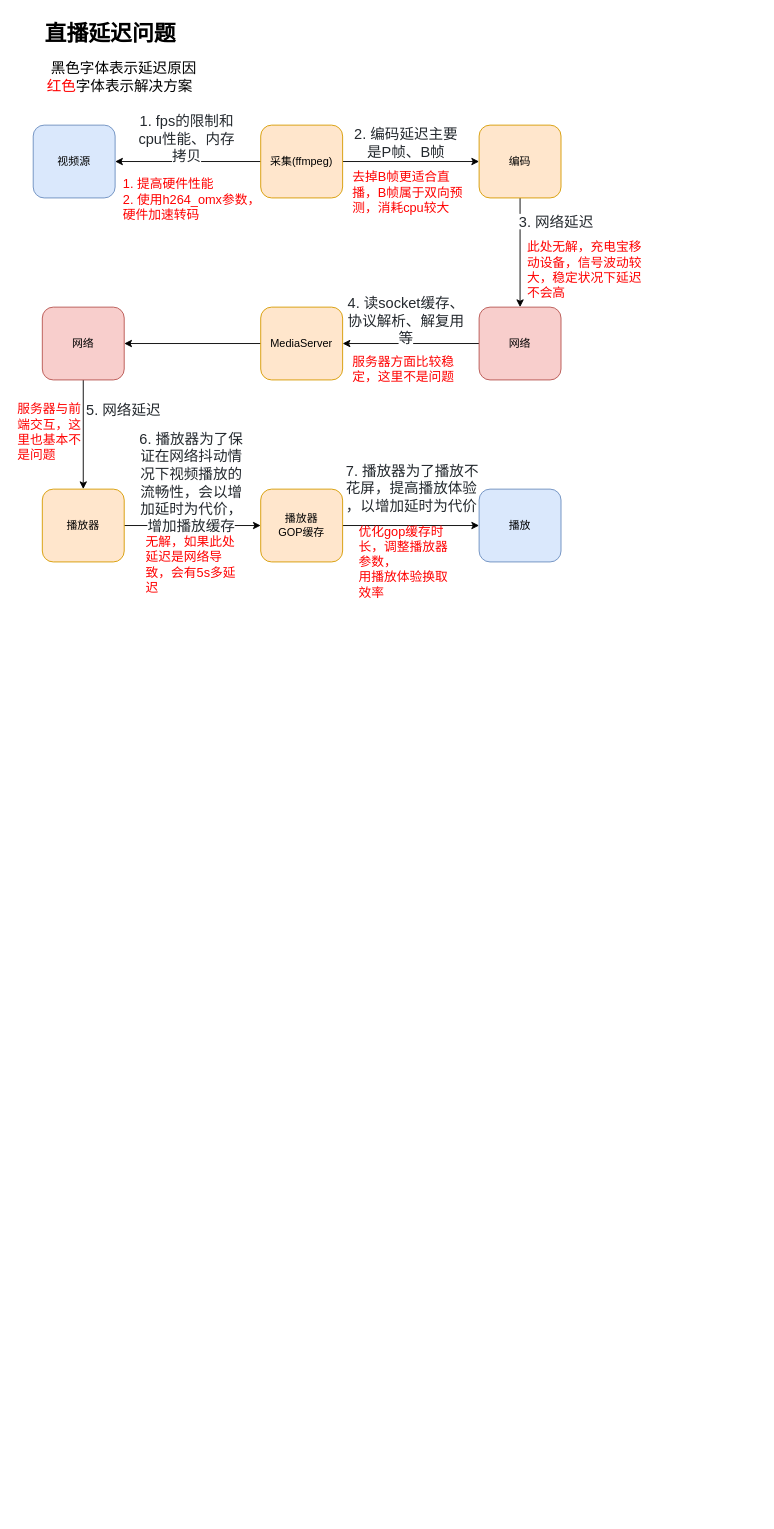
This is draw/work/mediakit.drawio from HeisenbergV/node, a draw.io file, before an edit. Source tidied: cells renumbered, new cells numbered last; positions are measured from the earlier drawing's top-left corner, leaving out a move shared by most shapes. Both pictures are drawn from the tidied source at 91%, with x=0, y=0 at pixel (15, 15).
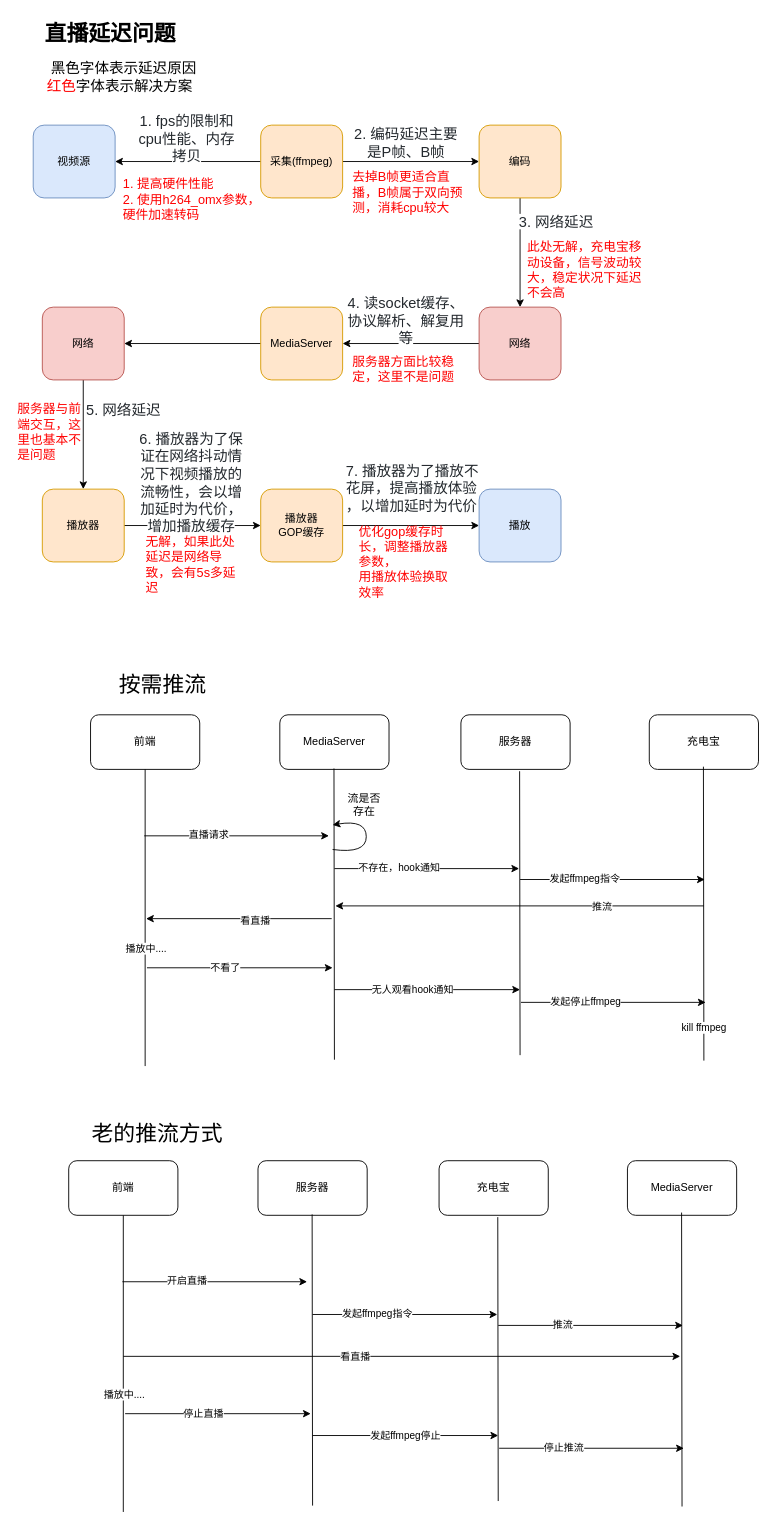
The same diagram, later.

Change to the diagram source:
```diff
@@
+    <mxCell id="35" value="前端" style="rounded=1;whiteSpace=wrap;html=1;" parent="1" vertex="1">
+      <mxGeometry x="82" y="768" width="120" height="60" as="geometry" />
+    </mxCell>
+    <mxCell id="36" value="服务器" style="rounded=1;whiteSpace=wrap;html=1;" parent="1" vertex="1">
+      <mxGeometry x="489" y="768" width="120" height="60" as="geometry" />
+    </mxCell>
+    <mxCell id="37" value="MediaServer" style="rounded=1;whiteSpace=wrap;html=1;" parent="1" vertex="1">
+      <mxGeometry x="290" y="768" width="120" height="60" as="geometry" />
+    </mxCell>
+    <mxCell id="38" style="endArrow=none;html=1;entryX=0.5;entryY=1;entryDx=0;entryDy=0;" parent="1" edge="1" target="35">
+      <mxGeometry relative="1" as="geometry">
+        <mxPoint x="142" y="1154" as="sourcePoint" />
+      </mxGeometry>
+    </mxCell>
+    <mxCell id="39" value="播放中...." style="edgeLabel;html=1;align=center;verticalAlign=middle;" parent="38" vertex="1">
+      <mxGeometry x="-0.2" relative="1" as="geometry" />
+    </mxCell>
+    <mxCell id="40" style="endArrow=none;html=1;entryX=0.5;entryY=1;entryDx=0;entryDy=0;" parent="1" edge="1">
+      <mxGeometry relative="1" as="geometry">
+        <mxPoint x="350" y="1147" as="sourcePoint" />
+        <mxPoint x="349.5" y="827" as="targetPoint" />
+      </mxGeometry>
+    </mxCell>
+    <mxCell id="41" style="endArrow=none;html=1;entryX=0.5;entryY=1;entryDx=0;entryDy=0;" parent="1" edge="1">
+      <mxGeometry relative="1" as="geometry">
+        <mxPoint x="554" y="1142" as="sourcePoint" />
+        <mxPoint x="553.5" y="830" as="targetPoint" />
+      </mxGeometry>
+    </mxCell>
+    <mxCell id="42" style="endArrow=classic;html=1;" parent="1" edge="1">
+      <mxGeometry relative="1" as="geometry">
+        <mxPoint x="141" y="901" as="sourcePoint" />
+        <mxPoint x="344" y="901" as="targetPoint" />
+      </mxGeometry>
+    </mxCell>
+    <mxCell id="43" value="直播请求" style="edgeLabel;html=1;align=center;verticalAlign=middle;" parent="42" vertex="1">
+      <mxGeometry x="-0.31" y="2" relative="1" as="geometry" />
+    </mxCell>
+    <mxCell id="44" style="curved=1;endArrow=classic;html=1;" parent="1" edge="1">
+      <mxGeometry relative="1" as="geometry">
+        <mxPoint x="348" y="916" as="sourcePoint" />
+        <mxPoint x="348" y="889" as="targetPoint" />
+        <Array as="points">
+          <mxPoint x="385" y="921" />
+          <mxPoint x="385" y="883" />
+        </Array>
+      </mxGeometry>
+    </mxCell>
+    <mxCell id="45" value="流是否存在" style="text;html=1;strokeColor=none;fillColor=none;align=center;verticalAlign=middle;whiteSpace=wrap;rounded=0;" parent="1" vertex="1">
+      <mxGeometry x="363" y="857" width="40" height="20" as="geometry" />
+    </mxCell>
+    <mxCell id="46" style="endArrow=classic;html=1;" parent="1" edge="1">
+      <mxGeometry relative="1" as="geometry">
+        <mxPoint x="350" y="937" as="sourcePoint" />
+        <mxPoint x="553" y="937" as="targetPoint" />
+      </mxGeometry>
+    </mxCell>
+    <mxCell id="47" value="不存在，hook通知" style="edgeLabel;html=1;align=center;verticalAlign=middle;" parent="46" vertex="1">
+      <mxGeometry x="-0.31" y="2" relative="1" as="geometry" />
+    </mxCell>
+    <mxCell id="48" value="充电宝" style="rounded=1;whiteSpace=wrap;html=1;" parent="1" vertex="1">
+      <mxGeometry x="696" y="768" width="120" height="60" as="geometry" />
+    </mxCell>
+    <mxCell id="49" style="endArrow=none;html=1;entryX=0.5;entryY=1;entryDx=0;entryDy=0;" parent="1" edge="1">
+      <mxGeometry relative="1" as="geometry">
+        <mxPoint x="756" y="1148" as="sourcePoint" />
+        <mxPoint x="755.5" y="825" as="targetPoint" />
+      </mxGeometry>
+    </mxCell>
+    <mxCell id="50" value="kill ffmpeg" style="edgeLabel;html=1;align=center;verticalAlign=middle;" parent="49" vertex="1">
+      <mxGeometry x="-0.77" relative="1" as="geometry" />
+    </mxCell>
+    <mxCell id="51" style="endArrow=classic;html=1;" parent="1" edge="1">
+      <mxGeometry relative="1" as="geometry">
+        <mxPoint x="554" y="949" as="sourcePoint" />
+        <mxPoint x="757" y="949" as="targetPoint" />
+      </mxGeometry>
+    </mxCell>
+    <mxCell id="52" value="发起ffmpeg指令" style="edgeLabel;html=1;align=center;verticalAlign=middle;" parent="51" vertex="1">
+      <mxGeometry x="-0.31" y="2" relative="1" as="geometry" />
+    </mxCell>
+    <mxCell id="53" style="endArrow=classic;html=1;" parent="1" edge="1">
+      <mxGeometry relative="1" as="geometry">
+        <mxPoint x="756" y="978" as="sourcePoint" />
+        <mxPoint x="351" y="978" as="targetPoint" />
+      </mxGeometry>
+    </mxCell>
+    <mxCell id="54" value="推流" style="edgeLabel;html=1;align=center;verticalAlign=middle;" parent="53" vertex="1">
+      <mxGeometry x="-0.44" relative="1" as="geometry" />
+    </mxCell>
+    <mxCell id="55" style="endArrow=classic;html=1;" parent="1" edge="1">
+      <mxGeometry relative="1" as="geometry">
+        <mxPoint x="347" y="992" as="sourcePoint" />
+        <mxPoint x="143" y="992" as="targetPoint" />
+      </mxGeometry>
+    </mxCell>
+    <mxCell id="56" value="看直播" style="edgeLabel;html=1;align=center;verticalAlign=middle;" parent="55" vertex="1">
+      <mxGeometry x="-0.17" y="1" relative="1" as="geometry" />
+    </mxCell>
+    <mxCell id="57" style="endArrow=classic;html=1;" parent="1" edge="1">
+      <mxGeometry relative="1" as="geometry">
+        <mxPoint x="144" y="1046" as="sourcePoint" />
+        <mxPoint x="348" y="1046" as="targetPoint" />
+      </mxGeometry>
+    </mxCell>
+    <mxCell id="58" value="不看了" style="edgeLabel;html=1;align=center;verticalAlign=middle;" parent="57" vertex="1">
+      <mxGeometry x="-0.17" y="1" relative="1" as="geometry" />
+    </mxCell>
+    <mxCell id="59" style="endArrow=classic;html=1;" parent="1" edge="1">
+      <mxGeometry relative="1" as="geometry">
+        <mxPoint x="350" y="1070" as="sourcePoint" />
+        <mxPoint x="554" y="1070" as="targetPoint" />
+      </mxGeometry>
+    </mxCell>
+    <mxCell id="60" value="无人观看hook通知" style="edgeLabel;html=1;align=center;verticalAlign=middle;" parent="59" vertex="1">
+      <mxGeometry x="-0.17" y="1" relative="1" as="geometry" />
+    </mxCell>
+    <mxCell id="61" style="endArrow=classic;html=1;" parent="1" edge="1">
+      <mxGeometry relative="1" as="geometry">
+        <mxPoint x="555" y="1084" as="sourcePoint" />
+        <mxPoint x="758" y="1084" as="targetPoint" />
+      </mxGeometry>
+    </mxCell>
+    <mxCell id="62" value="发起停止ffmpeg" style="edgeLabel;html=1;align=center;verticalAlign=middle;" parent="61" vertex="1">
+      <mxGeometry x="-0.31" y="2" relative="1" as="geometry" />
+    </mxCell>
+    <mxCell id="63" value="前端" style="rounded=1;whiteSpace=wrap;html=1;" parent="1" vertex="1">
+      <mxGeometry x="58" y="1258" width="120" height="60" as="geometry" />
+    </mxCell>
+    <mxCell id="64" value="充电宝" style="rounded=1;whiteSpace=wrap;html=1;" parent="1" vertex="1">
+      <mxGeometry x="465" y="1258" width="120" height="60" as="geometry" />
+    </mxCell>
+    <mxCell id="65" value="服务器" style="rounded=1;whiteSpace=wrap;html=1;" parent="1" vertex="1">
+      <mxGeometry x="266" y="1258" width="120" height="60" as="geometry" />
+    </mxCell>
+    <mxCell id="66" style="endArrow=none;html=1;entryX=0.5;entryY=1;entryDx=0;entryDy=0;" parent="1" edge="1" target="63">
+      <mxGeometry relative="1" as="geometry">
+        <mxPoint x="118" y="1644" as="sourcePoint" />
+      </mxGeometry>
+    </mxCell>
+    <mxCell id="67" value="播放中...." style="edgeLabel;html=1;align=center;verticalAlign=middle;" parent="66" vertex="1">
+      <mxGeometry x="-0.2" relative="1" as="geometry" />
+    </mxCell>
+    <mxCell id="68" style="endArrow=none;html=1;entryX=0.5;entryY=1;entryDx=0;entryDy=0;" parent="1" edge="1">
+      <mxGeometry relative="1" as="geometry">
+        <mxPoint x="326" y="1637" as="sourcePoint" />
+        <mxPoint x="325.5" y="1317" as="targetPoint" />
+      </mxGeometry>
+    </mxCell>
+    <mxCell id="69" style="endArrow=none;html=1;entryX=0.5;entryY=1;entryDx=0;entryDy=0;" parent="1" edge="1">
+      <mxGeometry relative="1" as="geometry">
+        <mxPoint x="530" y="1632" as="sourcePoint" />
+        <mxPoint x="529.5" y="1320" as="targetPoint" />
+      </mxGeometry>
+    </mxCell>
+    <mxCell id="70" style="endArrow=classic;html=1;" parent="1" edge="1">
+      <mxGeometry relative="1" as="geometry">
+        <mxPoint x="117" y="1391" as="sourcePoint" />
+        <mxPoint x="320" y="1391" as="targetPoint" />
+      </mxGeometry>
+    </mxCell>
+    <mxCell id="71" value="开启直播" style="edgeLabel;html=1;align=center;verticalAlign=middle;" parent="70" vertex="1">
+      <mxGeometry x="-0.31" y="2" relative="1" as="geometry" />
+    </mxCell>
+    <mxCell id="72" style="endArrow=classic;html=1;" parent="1" edge="1">
+      <mxGeometry relative="1" as="geometry">
+        <mxPoint x="326" y="1427" as="sourcePoint" />
+        <mxPoint x="529" y="1427" as="targetPoint" />
+      </mxGeometry>
+    </mxCell>
+    <mxCell id="73" value="发起ffmpeg指令" style="edgeLabel;html=1;align=center;verticalAlign=middle;" parent="72" vertex="1">
+      <mxGeometry x="-0.31" y="2" relative="1" as="geometry" />
+    </mxCell>
+    <mxCell id="74" value="MediaServer" style="rounded=1;whiteSpace=wrap;html=1;" parent="1" vertex="1">
+      <mxGeometry x="672" y="1258" width="120" height="60" as="geometry" />
+    </mxCell>
+    <mxCell id="75" style="endArrow=none;html=1;entryX=0.5;entryY=1;entryDx=0;entryDy=0;" parent="1" edge="1">
+      <mxGeometry relative="1" as="geometry">
+        <mxPoint x="732" y="1638" as="sourcePoint" />
+        <mxPoint x="731.5" y="1315" as="targetPoint" />
+      </mxGeometry>
+    </mxCell>
+    <mxCell id="76" style="endArrow=classic;html=1;" parent="1" edge="1">
+      <mxGeometry relative="1" as="geometry">
+        <mxPoint x="530" y="1439" as="sourcePoint" />
+        <mxPoint x="733" y="1439" as="targetPoint" />
+      </mxGeometry>
+    </mxCell>
+    <mxCell id="77" value="推流" style="edgeLabel;html=1;align=center;verticalAlign=middle;" parent="76" vertex="1">
+      <mxGeometry x="-0.31" y="2" relative="1" as="geometry" />
+    </mxCell>
+    <mxCell id="78" style="endArrow=classic;html=1;" parent="1" edge="1">
+      <mxGeometry relative="1" as="geometry">
+        <mxPoint x="118" y="1473" as="sourcePoint" />
+        <mxPoint x="730" y="1473" as="targetPoint" />
+      </mxGeometry>
+    </mxCell>
+    <mxCell id="79" value="看直播" style="edgeLabel;html=1;align=center;verticalAlign=middle;" parent="78" vertex="1">
+      <mxGeometry x="-0.17" y="1" relative="1" as="geometry" />
+    </mxCell>
+    <mxCell id="80" style="endArrow=classic;html=1;" parent="1" edge="1">
+      <mxGeometry relative="1" as="geometry">
+        <mxPoint x="120" y="1536" as="sourcePoint" />
+        <mxPoint x="324" y="1536" as="targetPoint" />
+      </mxGeometry>
+    </mxCell>
+    <mxCell id="81" value="停止直播" style="edgeLabel;html=1;align=center;verticalAlign=middle;" parent="80" vertex="1">
+      <mxGeometry x="-0.17" y="1" relative="1" as="geometry" />
+    </mxCell>
+    <mxCell id="82" value="发起ffmpeg停止" style="endArrow=classic;html=1;" parent="1" edge="1">
+      <mxGeometry relative="1" as="geometry">
+        <mxPoint x="326" y="1560" as="sourcePoint" />
+        <mxPoint x="530" y="1560" as="targetPoint" />
+      </mxGeometry>
+    </mxCell>
+    <mxCell id="83" style="endArrow=classic;html=1;" parent="1" edge="1">
+      <mxGeometry relative="1" as="geometry">
+        <mxPoint x="531" y="1574" as="sourcePoint" />
+        <mxPoint x="734" y="1574" as="targetPoint" />
+      </mxGeometry>
+    </mxCell>
+    <mxCell id="84" value="停止推流" style="edgeLabel;html=1;align=center;verticalAlign=middle;" parent="83" vertex="1">
+      <mxGeometry x="-0.31" y="2" relative="1" as="geometry" />
+    </mxCell>
+    <mxCell id="85" value="&lt;font style=&quot;font-size: 24px&quot;&gt;按需推流&lt;/font&gt;" style="text;html=1;strokeColor=none;fillColor=none;align=center;verticalAlign=middle;whiteSpace=wrap;rounded=0;" parent="1" vertex="1">
+      <mxGeometry x="107" y="716" width="109" height="37" as="geometry" />
+    </mxCell>
+    <mxCell id="86" value="&lt;font size=&quot;5&quot;&gt;老的推流方式&lt;/font&gt;" style="text;html=1;strokeColor=none;fillColor=none;align=center;verticalAlign=middle;whiteSpace=wrap;rounded=0;" parent="1" vertex="1">
+      <mxGeometry x="75" y="1210" width="161" height="37" as="geometry" />
+    </mxCell>
```
